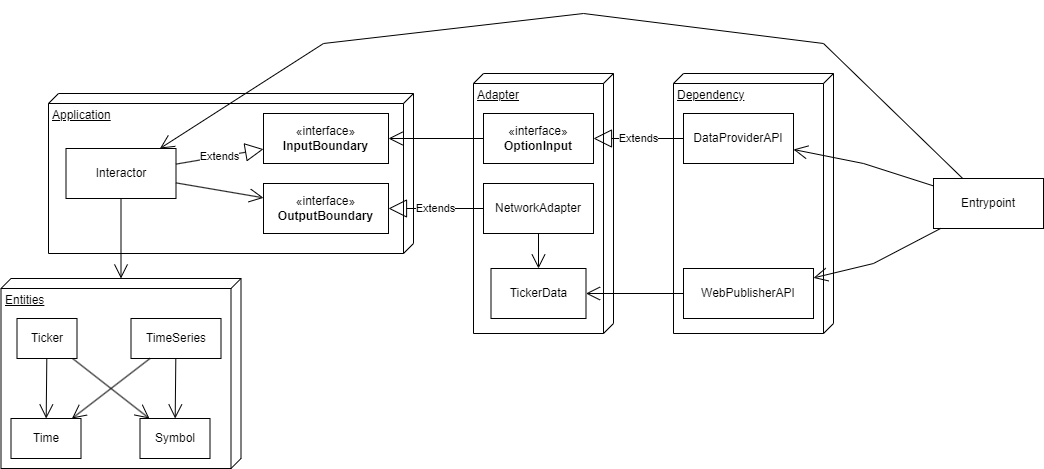
mwhicks-dev/automatic-octo-spoon keeps this draw.io diagram as docs/structure.png. Above is the earlier version. Source tidied: cells renumbered, new cells last; positions are measured from the earlier drawing's top-left corner, leaving out a move shared by most shapes.
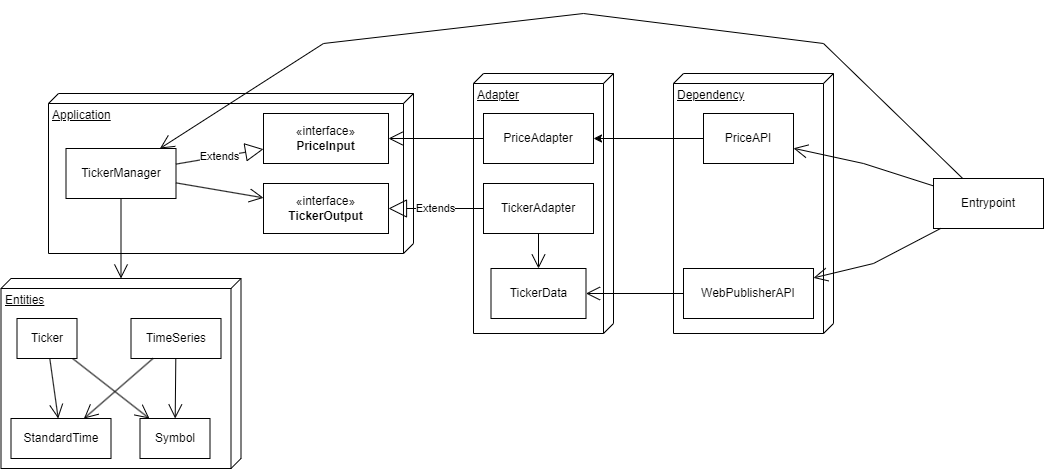
The same file after the commit.

The edit, as a diff of the source:
```diff
@@ -14,8 +14,8 @@
     <mxCell id="5" value="TimeSeries" style="html=1;whiteSpace=wrap;" parent="2" vertex="1">
       <mxGeometry x="130" y="40" width="90" height="40" as="geometry" />
     </mxCell>
-    <mxCell id="6" value="Time" style="html=1;whiteSpace=wrap;" parent="2" vertex="1">
-      <mxGeometry x="10" y="140" width="70" height="40" as="geometry" />
+    <mxCell id="6" value="StandardTime" style="html=1;whiteSpace=wrap;" parent="2" vertex="1">
+      <mxGeometry x="10" y="140" width="100" height="40" as="geometry" />
     </mxCell>
     <mxCell id="7" value="Symbol" style="html=1;whiteSpace=wrap;" parent="2" vertex="1">
       <mxGeometry x="139" y="140" width="70" height="40" as="geometry" />
@@ -41,13 +41,13 @@
     <mxCell id="14" value="Application" style="verticalAlign=top;align=left;spacingTop=8;spacingLeft=2;spacingRight=12;shape=cube;size=10;direction=south;fontStyle=4;html=1;whiteSpace=wrap;" parent="13" vertex="1">
       <mxGeometry width="365" height="160" as="geometry" />
     </mxCell>
-    <mxCell id="15" value="«interface»&lt;br&gt;&lt;b&gt;InputBoundary&lt;/b&gt;" style="html=1;whiteSpace=wrap;" parent="13" vertex="1">
+    <mxCell id="15" value="«interface»&lt;br&gt;&lt;b&gt;PriceInput&lt;/b&gt;" style="html=1;whiteSpace=wrap;" parent="13" vertex="1">
       <mxGeometry x="215" y="20" width="125" height="50" as="geometry" />
     </mxCell>
-    <mxCell id="16" value="«interface»&lt;br&gt;&lt;b&gt;OutputBoundary&lt;/b&gt;" style="html=1;whiteSpace=wrap;" parent="13" vertex="1">
+    <mxCell id="16" value="«interface»&lt;br&gt;&lt;b&gt;TickerOutput&lt;/b&gt;" style="html=1;whiteSpace=wrap;" parent="13" vertex="1">
       <mxGeometry x="215" y="90" width="125" height="50" as="geometry" />
     </mxCell>
-    <mxCell id="17" value="Interactor" style="html=1;whiteSpace=wrap;" parent="13" vertex="1">
+    <mxCell id="17" value="TickerManager" style="html=1;whiteSpace=wrap;" parent="13" vertex="1">
       <mxGeometry x="17.5" y="55" width="110" height="50" as="geometry" />
     </mxCell>
     <mxCell id="18" value="Extends" style="endArrow=block;endSize=16;endFill=0;html=1;rounded=0;" parent="13" edge="1" source="17" target="15">
@@ -59,13 +59,10 @@
     <mxCell id="20" style="endArrow=open;endFill=1;endSize=12;html=1;rounded=0;" parent="13" edge="1" source="17" target="16">
       <mxGeometry relative="1" as="geometry" />
     </mxCell>
-    <mxCell id="21" value="«interface»&lt;br&gt;&lt;b&gt;OptionInput&lt;/b&gt;" style="html=1;whiteSpace=wrap;" parent="1" vertex="1">
-      <mxGeometry x="482" y="100" width="110" height="50" as="geometry" />
-    </mxCell>
-    <mxCell id="22" style="endArrow=open;endFill=1;endSize=12;html=1;rounded=0;" parent="1" edge="1" source="21" target="15">
+    <mxCell id="22" style="endArrow=open;endFill=1;endSize=12;html=1;rounded=0;" parent="1" edge="1" source="37" target="15">
       <mxGeometry relative="1" as="geometry" />
     </mxCell>
-    <mxCell id="23" value="NetworkAdapter" style="html=1;whiteSpace=wrap;" parent="1" vertex="1">
+    <mxCell id="23" value="TickerAdapter" style="html=1;whiteSpace=wrap;" parent="1" vertex="1">
       <mxGeometry x="482" y="170" width="110" height="50" as="geometry" />
     </mxCell>
     <mxCell id="24" value="Extends" style="endArrow=block;endSize=16;endFill=0;html=1;rounded=0;" parent="1" edge="1" source="23" target="16">
@@ -80,15 +77,15 @@
     <mxCell id="27" value="Dependency" style="verticalAlign=top;align=left;spacingTop=8;spacingLeft=2;spacingRight=12;shape=cube;size=10;direction=south;fontStyle=4;html=1;whiteSpace=wrap;" parent="1" vertex="1">
       <mxGeometry x="672" y="60" width="160" height="260" as="geometry" />
     </mxCell>
+    <mxCell id="36" style="edgeStyle=orthogonalEdgeStyle;rounded=0;jettySize=auto;html=1;exitX=0;exitY=0.5;exitDx=0;exitDy=0;" parent="1" edge="1" source="28" target="37">
+      <mxGeometry relative="1" as="geometry" />
+    </mxCell>
-    <mxCell id="28" value="DataProviderAPI" style="html=1;whiteSpace=wrap;" parent="1" vertex="1">
-      <mxGeometry x="682" y="100" width="110" height="50" as="geometry" />
+    <mxCell id="28" value="PriceAPI" style="html=1;whiteSpace=wrap;" parent="1" vertex="1">
+      <mxGeometry x="702" y="100" width="90" height="50" as="geometry" />
     </mxCell>
     <mxCell id="29" value="WebPublisherAPI" style="html=1;whiteSpace=wrap;" parent="1" vertex="1">
       <mxGeometry x="682" y="255" width="130" height="50" as="geometry" />
     </mxCell>
-    <mxCell id="30" value="Extends" style="endArrow=block;endSize=16;endFill=0;html=1;rounded=0;" parent="1" edge="1" source="28" target="21">
-      <mxGeometry relative="1" as="geometry" />
-    </mxCell>
     <mxCell id="31" style="endArrow=open;endFill=1;endSize=12;html=1;rounded=0;" parent="1" edge="1" source="29" target="25">
       <mxGeometry relative="1" as="geometry" />
     </mxCell>
@@ -118,5 +115,8 @@
         </Array>
       </mxGeometry>
     </mxCell>
+    <mxCell id="37" value="PriceAdapter" style="html=1;whiteSpace=wrap;" parent="1" vertex="1">
+      <mxGeometry x="482" y="100" width="110" height="50" as="geometry" />
+    </mxCell>
   </root>
 </mxGraphModel>
```
